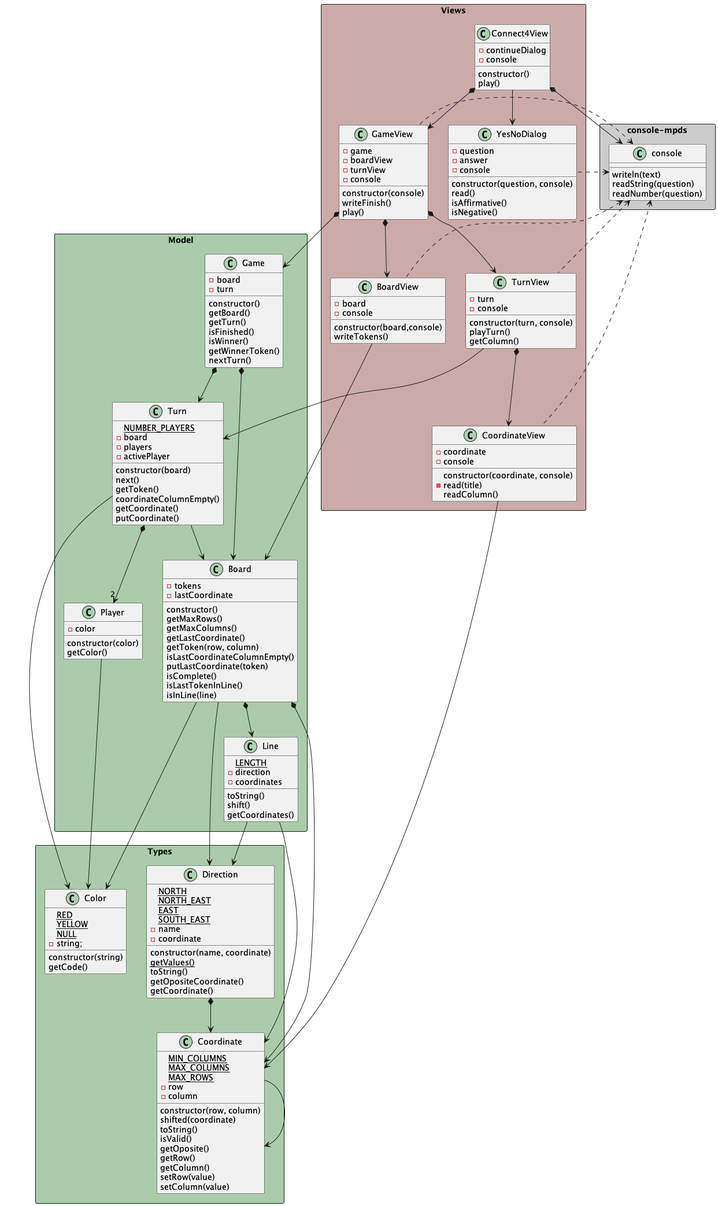
Above: game-connect4/docs/diagrams/objectOriented/classNotation/class diagram/connect4_constructorFunction_classdiagram.png in mpaulaherrero/escuelaIT (PlantUML), before the change.
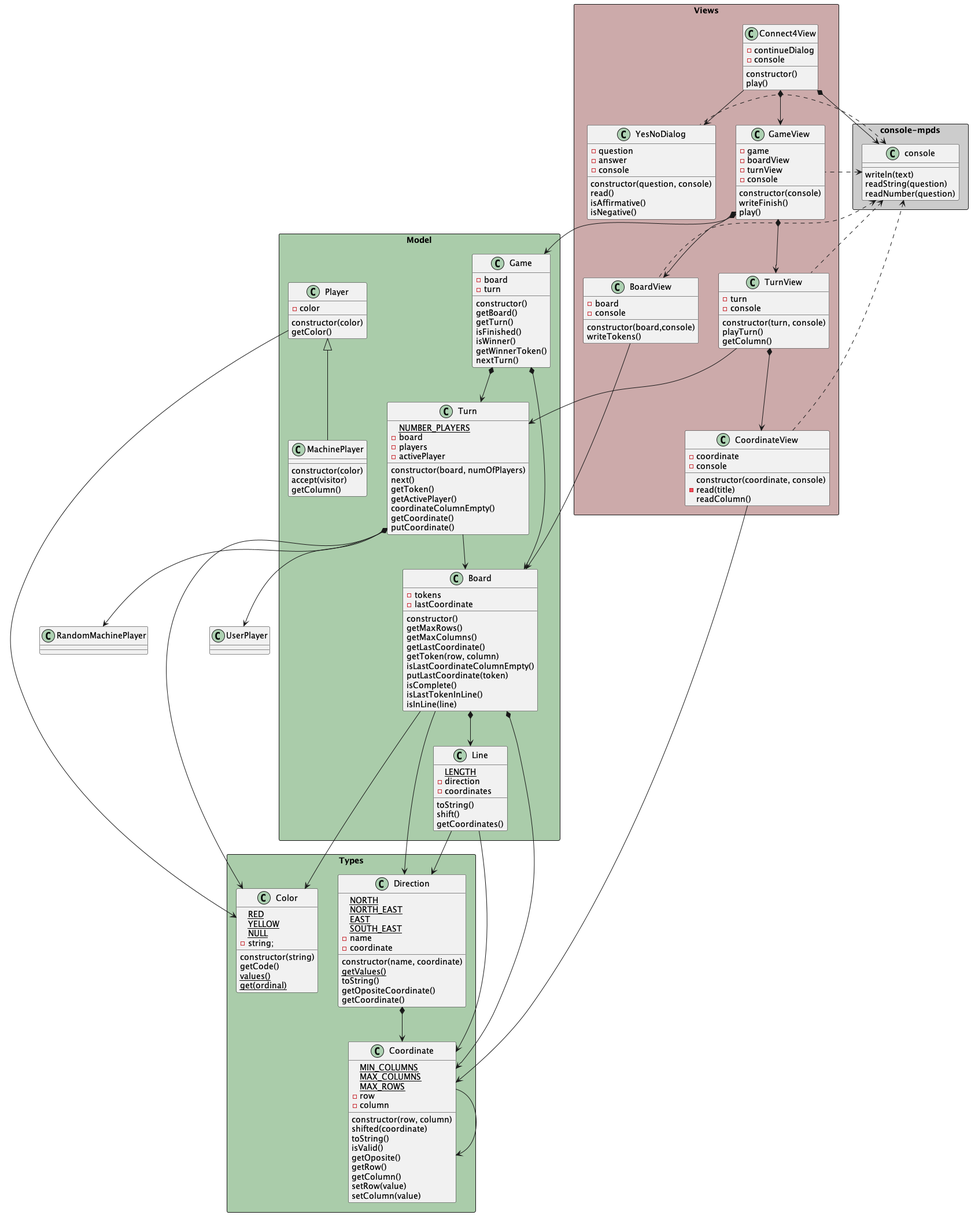
The same file after the commit.

Commit message:
user y machine player

What changed in the source:
```diff
@@ -47,6 +47,8 @@
         -string;
         constructor(string)
         getCode()
+        {static} values()
+        {static} get(ordinal)
     }
 }
 
@@ -94,14 +96,21 @@
         getColor()
     }
 
+    class MachinePlayer extends Player{
+        constructor(color)
+        accept(visitor)
+        getColumn()
+    }
+
     class Turn{
         {static} NUMBER_PLAYERS
         -board
         -players
         -activePlayer
-        constructor(board)
+        constructor(board, numOfPlayers)
         next()
         getToken()
+        getActivePlayer()
         coordinateColumnEmpty()
         getCoordinate()
         putCoordinate()
@@ -176,9 +185,10 @@
 
 Player -down-> Color
 
-Turn *-down-> "2" Player
 Turn -down-> Board
 Turn -down-> Color
+Turn *-down-> UserPlayer
+Turn *-down-> RandomMachinePlayer
 
 Game *-down-> Board
 Game *-down-> Turn
```
